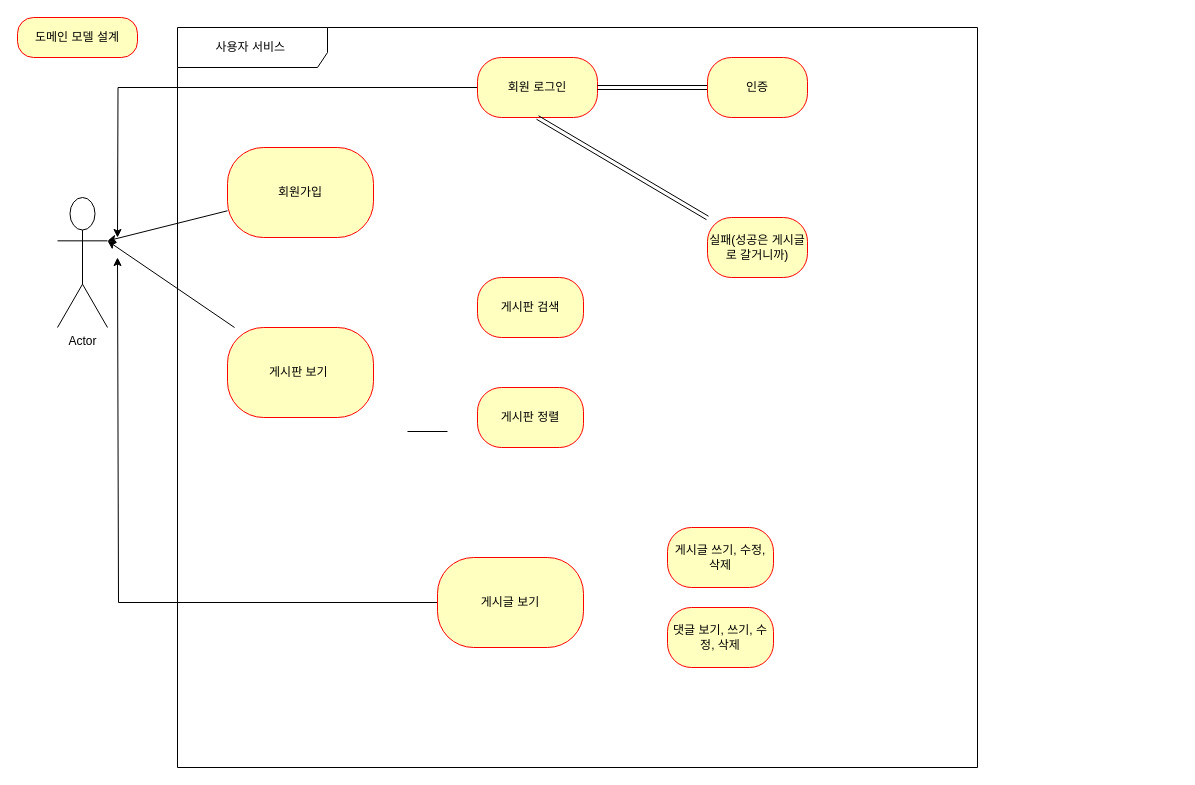
js-kim-arc/fastcampus-project-board keeps this draw.io diagram as document/게시판 유스케이스 .drawio. Above is the earlier version. Source tidied: cells renumbered, new cells numbered last; positions are measured from the earlier drawing's top-left corner, leaving out a move shared by most shapes. Both pictures are drawn from the tidied source at 100%, with x=0, y=0 at pixel (17, 17).
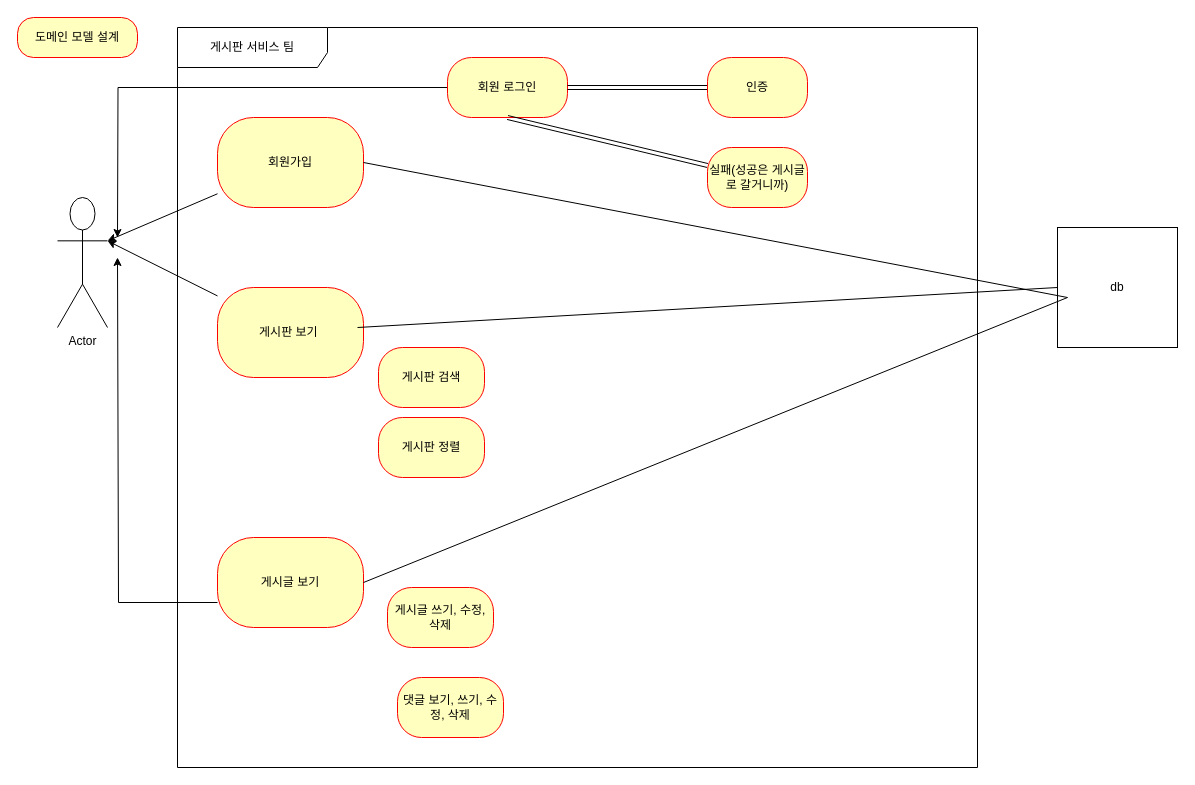
The same page after the edit.

Commit message:
#5 게시판 서비스 - 유즈케이스 1차 완성

The edit, as a diff of the source:
```diff
@@
-    <mxCell id="3" value="사용자 서비스&amp;nbsp;" style="shape=umlFrame;whiteSpace=wrap;html=1;width=150;height=40;" parent="1" vertex="1">
+    <mxCell id="3" value="게시판 서비스 팀" style="shape=umlFrame;whiteSpace=wrap;html=1;width=150;height=40;" parent="1" vertex="1">
       <mxGeometry x="160" y="10" width="800" height="740" as="geometry" />
     </mxCell>
     <mxCell id="4" value="회원가입" style="rounded=1;whiteSpace=wrap;html=1;arcSize=40;fontColor=#000000;fillColor=#ffffc0;strokeColor=#ff0000;" parent="1" vertex="1">
-      <mxGeometry x="210" y="130" width="146" height="90" as="geometry" />
+      <mxGeometry x="200" y="100" width="146" height="90" as="geometry" />
     </mxCell>
@@
     <mxCell id="6" value="게시판 보기&amp;nbsp;" style="rounded=1;whiteSpace=wrap;html=1;arcSize=40;fontColor=#000000;fillColor=#ffffc0;strokeColor=#ff0000;" parent="1" vertex="1">
-      <mxGeometry x="210" y="310" width="146" height="90" as="geometry" />
+      <mxGeometry x="200" y="270" width="146" height="90" as="geometry" />
     </mxCell>
@@
     <mxCell id="8" value="게시글 보기" style="rounded=1;whiteSpace=wrap;html=1;arcSize=40;fontColor=#000000;fillColor=#ffffc0;strokeColor=#ff0000;" parent="1" vertex="1">
-      <mxGeometry x="420" y="540" width="146" height="90" as="geometry" />
+      <mxGeometry x="200" y="520" width="146" height="90" as="geometry" />
     </mxCell>
@@
     <mxCell id="10" value="회원 로그인" style="rounded=1;whiteSpace=wrap;html=1;arcSize=40;fontColor=#000000;fillColor=#ffffc0;strokeColor=#ff0000;" parent="1" vertex="1">
-      <mxGeometry x="460" y="40" width="120" height="60" as="geometry" />
+      <mxGeometry x="430" y="40" width="120" height="60" as="geometry" />
     </mxCell>
@@
     <mxCell id="14" value="실패(성공은 게시글로 갈거니까)" style="rounded=1;whiteSpace=wrap;html=1;arcSize=40;fontColor=#000000;fillColor=#ffffc0;strokeColor=#ff0000;" parent="1" vertex="1">
-      <mxGeometry x="690" y="200" width="100" height="60" as="geometry" />
+      <mxGeometry x="690" y="130" width="100" height="60" as="geometry" />
     </mxCell>
     <mxCell id="15" value="게시판 검색" style="rounded=1;whiteSpace=wrap;html=1;arcSize=40;fontColor=#000000;fillColor=#ffffc0;strokeColor=#ff0000;" parent="1" vertex="1">
-      <mxGeometry x="460" y="260" width="106" height="60" as="geometry" />
+      <mxGeometry x="361" y="330" width="106" height="60" as="geometry" />
     </mxCell>
     <mxCell id="16" value="게시판 정렬" style="rounded=1;whiteSpace=wrap;html=1;arcSize=40;fontColor=#000000;fillColor=#ffffc0;strokeColor=#ff0000;" parent="1" vertex="1">
-      <mxGeometry x="460" y="370" width="106" height="60" as="geometry" />
+      <mxGeometry x="361" y="400" width="106" height="60" as="geometry" />
     </mxCell>
     <mxCell id="17" value="게시글 쓰기, 수정, 삭제" style="rounded=1;whiteSpace=wrap;html=1;arcSize=40;fontColor=#000000;fillColor=#ffffc0;strokeColor=#ff0000;" parent="1" vertex="1">
-      <mxGeometry x="650" y="510" width="106" height="60" as="geometry" />
+      <mxGeometry x="370" y="570" width="106" height="60" as="geometry" />
     </mxCell>
     <mxCell id="18" value="댓글 보기, 쓰기, 수정, 삭제" style="rounded=1;whiteSpace=wrap;html=1;arcSize=40;fontColor=#000000;fillColor=#ffffc0;strokeColor=#ff0000;" parent="1" vertex="1">
-      <mxGeometry x="650" y="590" width="106" height="60" as="geometry" />
+      <mxGeometry x="380" y="660" width="106" height="60" as="geometry" />
     </mxCell>
-    <mxCell id="19" style="line;strokeWidth=1;fillColor=none;align=left;verticalAlign=middle;spacingTop=-1;spacingLeft=3;spacingRight=3;labelPosition=right;strokeColor=inherit;" parent="1" vertex="1">
-      <mxGeometry x="390" y="410" width="40" height="8" as="geometry" />
-    </mxCell>
@@
+    <mxCell id="22" value="db" style="whiteSpace=wrap;html=1;" parent="1" vertex="1">
+      <mxGeometry x="1040" y="210" width="120" height="120" as="geometry" />
+    </mxCell>
+    <mxCell id="23" style="endArrow=none;html=1;rounded=0;entryX=0;entryY=0.5;entryDx=0;entryDy=0;" parent="1" edge="1" target="22">
+      <mxGeometry relative="1" as="geometry">
+        <mxPoint x="340" y="310" as="sourcePoint" />
+      </mxGeometry>
+    </mxCell>
+    <mxCell id="24" style="endArrow=none;html=1;rounded=0;entryX=0;entryY=0.5;entryDx=0;entryDy=0;exitX=1;exitY=0.5;exitDx=0;exitDy=0;" parent="1" edge="1" source="8">
+      <mxGeometry relative="1" as="geometry">
+        <mxPoint x="1050" y="280" as="targetPoint" />
+      </mxGeometry>
+    </mxCell>
+    <mxCell id="25" style="endArrow=none;html=1;rounded=0;entryX=0;entryY=0.5;entryDx=0;entryDy=0;exitX=1;exitY=0.5;exitDx=0;exitDy=0;" parent="1" edge="1" source="4">
+      <mxGeometry relative="1" as="geometry">
+        <mxPoint x="1050" y="280" as="targetPoint" />
+      </mxGeometry>
+    </mxCell>
```
